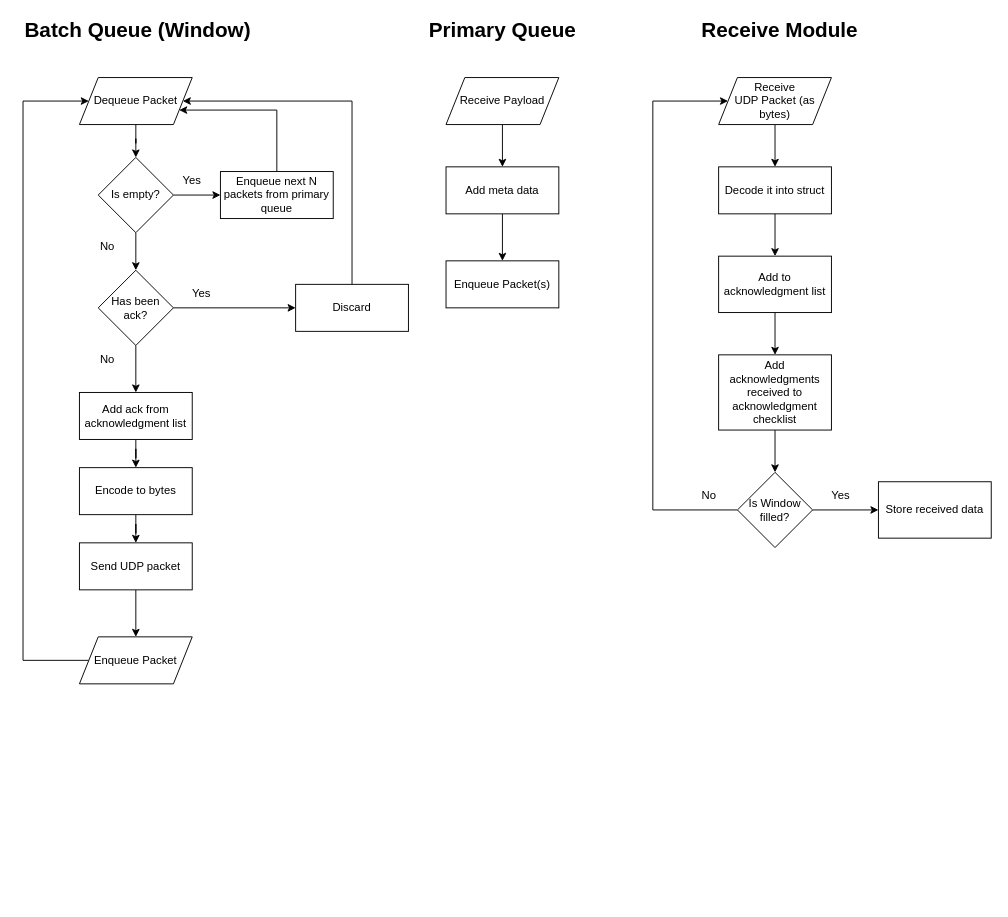
This is page "Queue" (3 of 4) of Software-Architecture.drawio from Prototype-Aether/Prototype-Aether, a draw.io file, before an edit. Source tidied: cells renumbered, new cells numbered last; positions are measured from the earlier drawing's top-left corner, leaving out a move shared by most shapes. Both pictures are drawn from the tidied source at 94%, with x=0, y=0 at pixel (23, 16).
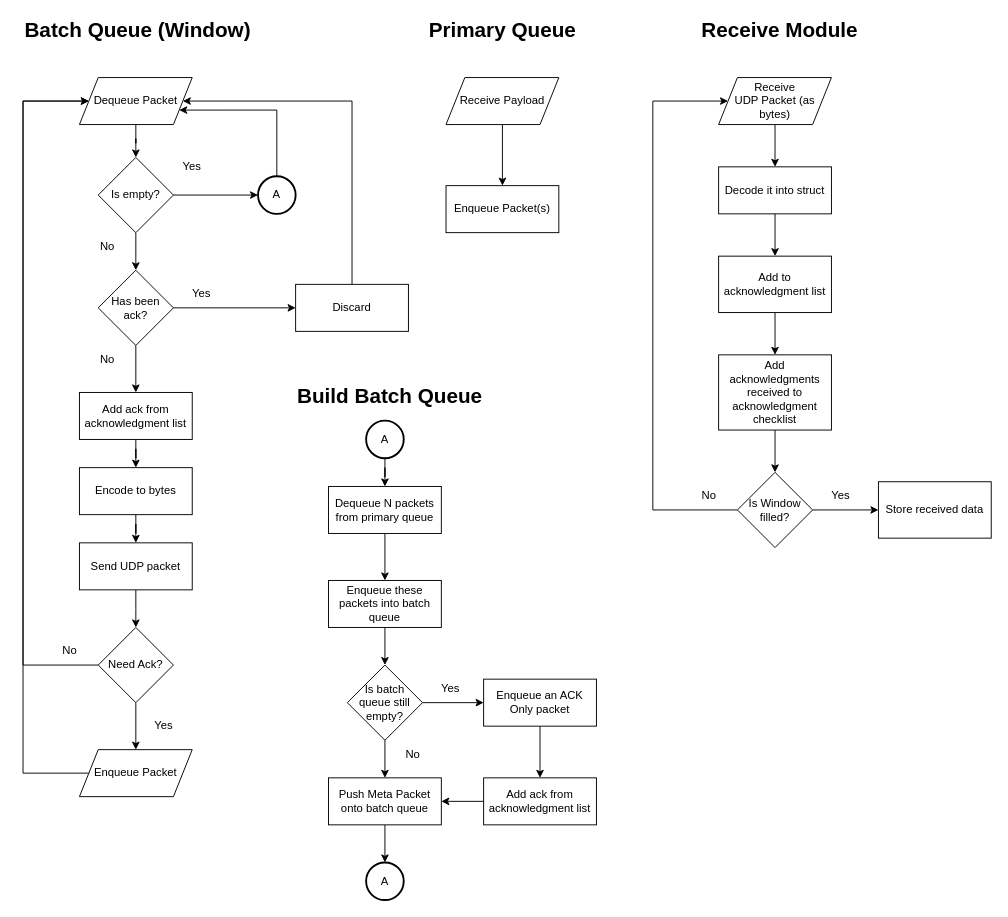
Above is the later version.

Unchanged cells that the change refers to:
```xml
<mxCell id="3" value="Dequeue Packet" style="shape=parallelogram;perimeter=parallelogramPerimeter;whiteSpace=wrap;html=1;fixedSize=1;" parent="1" vertex="1">
  <mxGeometry x="60" y="65" width="120" height="50" as="geometry" />
</mxCell>
<mxCell id="14" value="Send UDP packet" style="whiteSpace=wrap;html=1;" parent="1" vertex="1">
  <mxGeometry x="60" y="560" width="120" height="50" as="geometry" />
</mxCell>
<mxCell id="19" value="Is empty?" style="rhombus;whiteSpace=wrap;html=1;" parent="1" vertex="1">
  <mxGeometry x="80" y="150" width="80" height="80" as="geometry" />
</mxCell>
<mxCell id="26" value="Receive Payload" style="shape=parallelogram;perimeter=parallelogramPerimeter;whiteSpace=wrap;html=1;fixedSize=1;" parent="1" vertex="1">
  <mxGeometry x="450" y="65" width="120" height="50" as="geometry" />
</mxCell>
```

What changed in the source:
```diff
@@
-    <mxCell id="13" style="edgeStyle=orthogonalEdgeStyle;rounded=0;jettySize=auto;html=1;entryX=0.5;entryY=0;entryDx=0;entryDy=0;" parent="1" edge="1" source="14" target="16">
-      <mxGeometry relative="1" as="geometry" />
+    <mxCell id="13" style="edgeStyle=orthogonalEdgeStyle;rounded=0;jettySize=auto;html=1;" parent="1" edge="1" source="14">
+      <mxGeometry relative="1" as="geometry">
+        <mxPoint x="120" y="650" as="targetPoint" />
+      </mxGeometry>
     </mxCell>
@@
     <mxCell id="15" style="edgeStyle=orthogonalEdgeStyle;rounded=0;jettySize=auto;html=1;entryX=0;entryY=0.5;entryDx=0;entryDy=0;" parent="1" edge="1" source="16" target="3">
       <mxGeometry relative="1" as="geometry">
         <Array as="points">
-          <mxPoint y="685" />
+          <mxPoint y="805" />
           <mxPoint y="90" />
         </Array>
       </mxGeometry>
     </mxCell>
     <mxCell id="16" value="Enqueue Packet" style="shape=parallelogram;perimeter=parallelogramPerimeter;whiteSpace=wrap;html=1;fixedSize=1;" parent="1" vertex="1">
-      <mxGeometry x="60" y="660" width="120" height="50" as="geometry" />
+      <mxGeometry x="60" y="780" width="120" height="50" as="geometry" />
     </mxCell>
-    <mxCell id="17" style="edgeStyle=orthogonalEdgeStyle;rounded=0;jettySize=auto;html=1;" parent="1" edge="1" source="19" target="22">
+    <mxCell id="17" style="edgeStyle=orthogonalEdgeStyle;rounded=0;jettySize=auto;html=1;entryX=0;entryY=0.5;entryDx=0;entryDy=0;entryPerimeter=0;" parent="1" edge="1" source="19" target="72">
       <mxGeometry relative="1" as="geometry" />
     </mxCell>
@@
-    <mxCell id="21" style="edgeStyle=orthogonalEdgeStyle;rounded=0;jettySize=auto;html=1;entryX=1;entryY=0.75;entryDx=0;entryDy=0;" parent="1" edge="1" source="22" target="3">
+    <mxCell id="21" style="edgeStyle=orthogonalEdgeStyle;rounded=0;jettySize=auto;html=1;entryX=1;entryY=0.75;entryDx=0;entryDy=0;exitX=0.5;exitY=0;exitDx=0;exitDy=0;exitPerimeter=0;" parent="1" edge="1" source="72" target="3">
       <mxGeometry relative="1" as="geometry">
         <Array as="points">
           <mxPoint x="270" y="100" />
         </Array>
       </mxGeometry>
     </mxCell>
-    <mxCell id="22" value="Enqueue next N packets from primary queue" style="whiteSpace=wrap;html=1;" parent="1" vertex="1">
-      <mxGeometry x="210" y="165" width="120" height="50" as="geometry" />
-    </mxCell>
@@
-    <mxCell id="25" style="edgeStyle=orthogonalEdgeStyle;rounded=0;jettySize=auto;html=1;fontSize=12;" parent="1" edge="1" source="26" target="28">
+    <mxCell id="25" style="edgeStyle=orthogonalEdgeStyle;rounded=0;jettySize=auto;html=1;fontSize=12;entryX=0.5;entryY=0;entryDx=0;entryDy=0;" parent="1" edge="1" source="26" target="29">
       <mxGeometry relative="1" as="geometry" />
     </mxCell>
@@
-    <mxCell id="27" style="edgeStyle=orthogonalEdgeStyle;rounded=0;jettySize=auto;html=1;fontSize=12;" parent="1" edge="1" source="28" target="29">
-      <mxGeometry relative="1" as="geometry" />
-    </mxCell>
-    <mxCell id="28" value="Add meta data" style="whiteSpace=wrap;html=1;" parent="1" vertex="1">
-      <mxGeometry x="450" y="160" width="120" height="50" as="geometry" />
-    </mxCell>
     <mxCell id="29" value="Enqueue Packet(s)" style="whiteSpace=wrap;html=1;" parent="1" vertex="1">
-      <mxGeometry x="450" y="260" width="120" height="50" as="geometry" />
+      <mxGeometry x="450" y="180" width="120" height="50" as="geometry" />
     </mxCell>
@@
     <mxCell id="34" value="Yes" style="text;html=1;strokeColor=none;fillColor=none;align=center;verticalAlign=middle;whiteSpace=wrap;rounded=0;" parent="1" vertex="1">
-      <mxGeometry x="150" y="160" width="60" height="30" as="geometry" />
+      <mxGeometry x="150" y="145" width="60" height="30" as="geometry" />
     </mxCell>
@@
+    <mxCell id="48" style="edgeStyle=orthogonalEdgeStyle;rounded=0;jettySize=auto;html=1;entryX=0.5;entryY=0;entryDx=0;entryDy=0;" parent="1" edge="1" source="50" target="16">
+      <mxGeometry relative="1" as="geometry" />
+    </mxCell>
+    <mxCell id="49" style="edgeStyle=orthogonalEdgeStyle;rounded=0;jettySize=auto;html=1;entryX=0;entryY=0.5;entryDx=0;entryDy=0;" parent="1" edge="1" source="50" target="3">
+      <mxGeometry relative="1" as="geometry">
+        <Array as="points">
+          <mxPoint y="690" />
+          <mxPoint y="90" />
+        </Array>
+      </mxGeometry>
+    </mxCell>
+    <mxCell id="50" value="Need Ack?" style="rhombus;whiteSpace=wrap;html=1;" parent="1" vertex="1">
+      <mxGeometry x="80" y="650" width="80" height="80" as="geometry" />
+    </mxCell>
+    <mxCell id="51" value="Yes" style="text;html=1;strokeColor=none;fillColor=none;align=center;verticalAlign=middle;whiteSpace=wrap;rounded=0;" parent="1" vertex="1">
+      <mxGeometry x="120" y="740" width="60" height="30" as="geometry" />
+    </mxCell>
+    <mxCell id="52" value="No" style="text;html=1;strokeColor=none;fillColor=none;align=center;verticalAlign=middle;whiteSpace=wrap;rounded=0;" parent="1" vertex="1">
+      <mxGeometry x="20" y="660" width="60" height="30" as="geometry" />
+    </mxCell>
+    <mxCell id="53" value="Build Batch Queue" style="text;html=1;strokeColor=none;fillColor=none;align=left;verticalAlign=middle;whiteSpace=wrap;rounded=0;fontStyle=1;fontSize=22;" parent="1" vertex="1">
+      <mxGeometry x="290" y="390" width="270" height="30" as="geometry" />
+    </mxCell>
+    <mxCell id="54" style="edgeStyle=orthogonalEdgeStyle;rounded=0;jettySize=auto;html=1;entryX=0.5;entryY=0;entryDx=0;entryDy=0;exitX=0.5;exitY=1;exitDx=0;exitDy=0;" parent="1" edge="1" source="55" target="57">
+      <mxGeometry relative="1" as="geometry" />
+    </mxCell>
+    <mxCell id="55" value="Dequeue N packets from primary queue" style="whiteSpace=wrap;html=1;" parent="1" vertex="1">
+      <mxGeometry x="325" y="500" width="120" height="50" as="geometry" />
+    </mxCell>
+    <mxCell id="56" style="edgeStyle=orthogonalEdgeStyle;rounded=0;jettySize=auto;html=1;entryX=0.5;entryY=0;entryDx=0;entryDy=0;" parent="1" edge="1" source="57" target="60">
+      <mxGeometry relative="1" as="geometry" />
+    </mxCell>
+    <mxCell id="57" value="Enqueue these packets into batch queue" style="whiteSpace=wrap;html=1;" parent="1" vertex="1">
+      <mxGeometry x="325" y="600" width="120" height="50" as="geometry" />
+    </mxCell>
+    <mxCell id="58" style="edgeStyle=orthogonalEdgeStyle;rounded=0;jettySize=auto;html=1;entryX=0;entryY=0.5;entryDx=0;entryDy=0;" parent="1" edge="1" source="60" target="62">
+      <mxGeometry relative="1" as="geometry" />
+    </mxCell>
+    <mxCell id="59" style="edgeStyle=orthogonalEdgeStyle;rounded=0;jettySize=auto;html=1;entryX=0.5;entryY=0;entryDx=0;entryDy=0;" parent="1" edge="1" source="60" target="66">
+      <mxGeometry relative="1" as="geometry" />
+    </mxCell>
+    <mxCell id="60" value="Is batch queue still empty?" style="rhombus;whiteSpace=wrap;html=1;" parent="1" vertex="1">
+      <mxGeometry x="345" y="690" width="80" height="80" as="geometry" />
+    </mxCell>
+    <mxCell id="61" style="edgeStyle=orthogonalEdgeStyle;rounded=0;jettySize=auto;html=1;entryX=0.5;entryY=0;entryDx=0;entryDy=0;" parent="1" edge="1" source="62" target="64">
+      <mxGeometry relative="1" as="geometry" />
+    </mxCell>
+    <mxCell id="62" value="Enqueue an ACK Only packet" style="whiteSpace=wrap;html=1;" parent="1" vertex="1">
+      <mxGeometry x="490" y="705" width="120" height="50" as="geometry" />
+    </mxCell>
+    <mxCell id="63" style="edgeStyle=orthogonalEdgeStyle;rounded=0;jettySize=auto;html=1;entryX=1;entryY=0.5;entryDx=0;entryDy=0;" parent="1" edge="1" source="64" target="66">
+      <mxGeometry relative="1" as="geometry" />
+    </mxCell>
+    <mxCell id="64" value="Add ack from acknowledgment list" style="whiteSpace=wrap;html=1;" parent="1" vertex="1">
+      <mxGeometry x="490" y="810" width="120" height="50" as="geometry" />
+    </mxCell>
+    <mxCell id="65" style="edgeStyle=orthogonalEdgeStyle;rounded=0;jettySize=auto;html=1;entryX=0.5;entryY=0;entryDx=0;entryDy=0;entryPerimeter=0;" parent="1" edge="1" source="66" target="71">
+      <mxGeometry relative="1" as="geometry" />
+    </mxCell>
+    <mxCell id="66" value="Push Meta Packet onto batch queue" style="whiteSpace=wrap;html=1;" parent="1" vertex="1">
+      <mxGeometry x="325" y="810" width="120" height="50" as="geometry" />
+    </mxCell>
+    <mxCell id="67" value="Yes" style="text;html=1;strokeColor=none;fillColor=none;align=center;verticalAlign=middle;whiteSpace=wrap;rounded=0;" parent="1" vertex="1">
+      <mxGeometry x="425" y="700" width="60" height="30" as="geometry" />
+    </mxCell>
+    <mxCell id="68" value="No" style="text;html=1;strokeColor=none;fillColor=none;align=center;verticalAlign=middle;whiteSpace=wrap;rounded=0;" parent="1" vertex="1">
+      <mxGeometry x="385" y="770" width="60" height="30" as="geometry" />
+    </mxCell>
+    <mxCell id="69" style="edgeStyle=orthogonalEdgeStyle;rounded=0;jettySize=auto;html=1;entryX=0.5;entryY=0;entryDx=0;entryDy=0;" parent="1" edge="1" source="70" target="55">
+      <mxGeometry relative="1" as="geometry" />
+    </mxCell>
+    <mxCell id="70" value="A" style="strokeWidth=2;html=1;shape=mxgraph.flowchart.start_2;whiteSpace=wrap;" parent="1" vertex="1">
+      <mxGeometry x="365" y="430" width="40" height="40" as="geometry" />
+    </mxCell>
+    <mxCell id="71" value="A" style="strokeWidth=2;html=1;shape=mxgraph.flowchart.start_2;whiteSpace=wrap;" parent="1" vertex="1">
+      <mxGeometry x="365" y="900" width="40" height="40" as="geometry" />
+    </mxCell>
+    <mxCell id="72" value="A" style="strokeWidth=2;html=1;shape=mxgraph.flowchart.start_2;whiteSpace=wrap;" parent="1" vertex="1">
+      <mxGeometry x="250" y="170" width="40" height="40" as="geometry" />
+    </mxCell>
```
